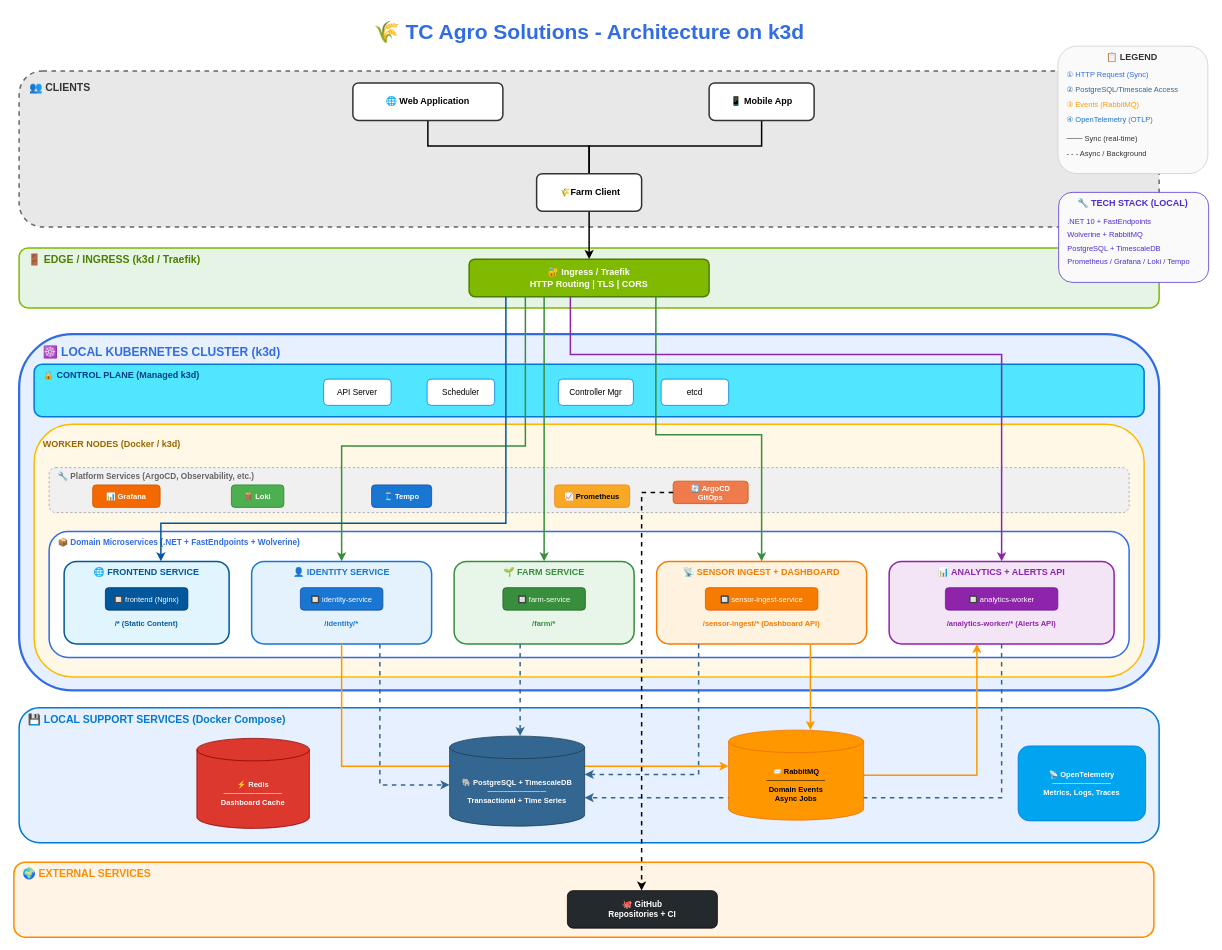
Above: docs/tc-agro-k3d-architecture.drawio in rdpresser/tc-agro-solutions (draw.io), before the change. Source tidied: cells renumbered, new cells numbered last; positions are measured from the earlier drawing's top-left corner, leaving out a move shared by most shapes. Both pictures are drawn from the tidied source at 75%, with x=0, y=0 at pixel (14, 13).
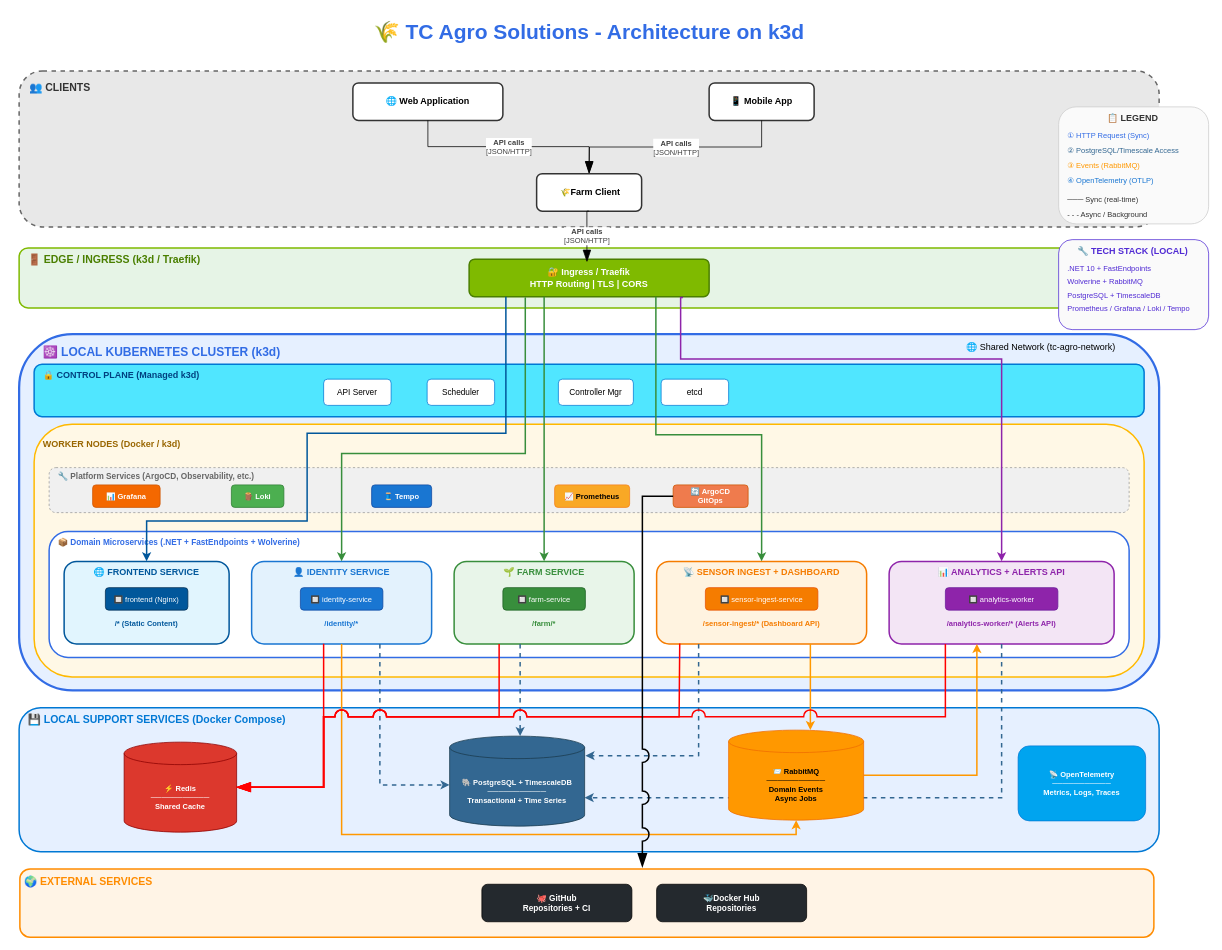
The same diagram, later.

Commit message (it also covers changes not shown here):
Remover dashboard-service e atualizar docs/arquitetura

O microserviço dashboard-service foi removido do projeto, reduzindo o total de microserviços de 5 para 4. README.md, scripts e estrutura de diretórios foram atualizados para refletir essa mudança. O diagrama de arquitetura foi revisado, removendo o dashboard-service, ajustando fluxos e detalhando o uso compartilhado do Redis. Métricas, ADRs e versão do projeto também foram atualizadas para registrar a depreciação do serviço.

Unchanged cells that the change refers to:
```xml
<mxCell id="6" value="🌐 Web Application" style="rounded=1;whiteSpace=wrap;html=1;fillColor=#FFFFFF;strokeColor=#333333;strokeWidth=2;fontSize=12;fontStyle=1;" parent="1" vertex="1">
  <mxGeometry x="452" y="93" width="200" height="50" as="geometry" />
</mxCell>
<mxCell id="9" value="🔐 Ingress / Traefik&#10;HTTP Routing | TLS | CORS" style="rounded=1;whiteSpace=wrap;html=1;fillColor=#7FBA00;strokeColor=#4A7F00;strokeWidth=2;fontSize=12;fontColor=#FFFFFF;fontStyle=1;" parent="1" vertex="1">
  <mxGeometry x="607" y="328" width="320" height="50" as="geometry" />
</mxCell>
<mxCell id="29" style="rounded=1;whiteSpace=wrap;html=1;fillColor=#E1F5FE;strokeColor=#01579B;strokeWidth=2;" parent="1" vertex="1">
  <mxGeometry x="67" y="731" width="220" height="110" as="geometry" />
</mxCell>
<mxCell id="33" style="rounded=1;whiteSpace=wrap;html=1;fillColor=#E3F2FD;strokeColor=#1976D2;strokeWidth=2;" parent="1" vertex="1">
  <mxGeometry x="317" y="731" width="240" height="110" as="geometry" />
</mxCell>
<mxCell id="37" style="rounded=1;whiteSpace=wrap;html=1;fillColor=#E8F5E9;strokeColor=#388E3C;strokeWidth=2;" parent="1" vertex="1">
  <mxGeometry x="587" y="731" width="240" height="110" as="geometry" />
</mxCell>
<mxCell id="41" style="rounded=1;whiteSpace=wrap;html=1;fillColor=#FFF3E0;strokeColor=#F57C00;strokeWidth=2;" parent="1" vertex="1">
  <mxGeometry x="857" y="731" width="280" height="110" as="geometry" />
</mxCell>
<mxCell id="45" style="rounded=1;whiteSpace=wrap;html=1;fillColor=#F3E5F5;strokeColor=#8E24AA;strokeWidth=2;" parent="1" vertex="1">
  <mxGeometry x="1167" y="731" width="300" height="110" as="geometry" />
</mxCell>
<mxCell id="83" value="📱 Mobile App" style="rounded=1;whiteSpace=wrap;html=1;fillColor=#FFFFFF;strokeColor=#333333;strokeWidth=2;fontSize=12;fontStyle=1;" parent="1" vertex="1">
  <mxGeometry x="927" y="93" width="140" height="50" as="geometry" />
</mxCell>
<mxCell id="85" value="&amp;nbsp;&lt;span style=&quot;color: rgb(50, 108, 229); font-size: 11px;&quot;&gt;🌾&lt;/span&gt;Farm Client" style="rounded=1;whiteSpace=wrap;html=1;fillColor=#FFFFFF;strokeColor=#333333;strokeWidth=2;fontSize=12;fontStyle=1;" parent="1" vertex="1">
  <mxGeometry x="697" y="214" width="140" height="50" as="geometry" />
</mxCell>
<mxCell id="87" value="📨 RabbitMQ&#10;───────────&#10;Domain Events&#10;Async Jobs" style="shape=cylinder3;whiteSpace=wrap;html=1;boundedLbl=1;backgroundOutline=1;size=15;fillColor=#FF9800;strokeColor=#EF6C00;fontColor=#000000;fontSize=10;fontStyle=1;" parent="1" vertex="1">
  <mxGeometry x="953" y="956" width="180" height="120" as="geometry" />
</mxCell>
<mxCell id="88" value="🐘 PostgreSQL + TimescaleDB&#10;───────────&#10;Transactional + Time Series" style="shape=cylinder3;whiteSpace=wrap;html=1;boundedLbl=1;backgroundOutline=1;size=15;fillColor=#336791;strokeColor=#1a3a4d;fontColor=#FFFFFF;fontSize=10;fontStyle=1;" parent="1" vertex="1">
  <mxGeometry x="581" y="964" width="180" height="120" as="geometry" />
</mxCell>
```

What changed in the source:
```diff
@@
-    <mxCell id="5" style="edgeStyle=orthogonalEdgeStyle;rounded=0;jettySize=auto;html=1;exitX=0.5;exitY=1;exitDx=0;exitDy=0;entryX=0.5;entryY=0;entryDx=0;entryDy=0;strokeWidth=2;endArrow=none;endFill=0;" parent="1" edge="1" source="6" target="85">
-      <mxGeometry relative="1" as="geometry">
-        <Array as="points">
-          <mxPoint x="552" y="177" />
-          <mxPoint x="767" y="177" />
-        </Array>
-      </mxGeometry>
-    </mxCell>
@@
     <mxCell id="22" value="🔄 ArgoCD&#10;GitOps" style="rounded=1;whiteSpace=wrap;html=1;fillColor=#EF7B4D;strokeColor=#CC5500;strokeWidth=1;fontSize=10;fontColor=#FFFFFF;fontStyle=1;" parent="1" vertex="1">
-      <mxGeometry x="879" y="624" width="100" height="30" as="geometry" />
+      <mxGeometry x="879" y="629" width="100" height="30" as="geometry" />
     </mxCell>
@@
     <mxCell id="49" style="rounded=1;whiteSpace=wrap;html=1;fillColor=#E6F0FF;strokeColor=#0078D4;strokeWidth=2;" parent="1" vertex="1">
-      <mxGeometry x="7" y="926" width="1520" height="180" as="geometry" />
+      <mxGeometry x="7" y="926" width="1520" height="192" as="geometry" />
     </mxCell>
@@
-    <mxCell id="51" value="⚡ Redis&#10;───────────&#10;Dashboard Cache" style="shape=cylinder3;whiteSpace=wrap;html=1;boundedLbl=1;backgroundOutline=1;size=15;fillColor=#DC382D;strokeColor=#8B0000;fontColor=#FFFFFF;fontSize=10;fontStyle=1;" parent="1" vertex="1">
-      <mxGeometry x="244" y="967" width="150" height="120" as="geometry" />
+    <mxCell id="51" value="⚡ Redis&lt;br&gt;───────────&lt;br&gt;Shared Cache" style="shape=cylinder3;whiteSpace=wrap;html=1;boundedLbl=1;backgroundOutline=1;size=15;fillColor=#DC382D;strokeColor=#8B0000;fontColor=#FFFFFF;fontSize=10;fontStyle=1;" parent="1" vertex="1">
+      <mxGeometry x="147" y="972" width="150" height="120" as="geometry" />
     </mxCell>
@@
     <mxCell id="53" style="rounded=1;whiteSpace=wrap;html=1;fillColor=#FFF4E6;strokeColor=#FF8C00;strokeWidth=2;" parent="1" vertex="1">
-      <mxGeometry y="1132" width="1520" height="100" as="geometry" />
+      <mxGeometry x="8" y="1141" width="1512" height="91" as="geometry" />
     </mxCell>
     <mxCell id="54" value="🌍 EXTERNAL SERVICES" style="text;html=1;strokeColor=none;fillColor=none;align=left;verticalAlign=middle;whiteSpace=wrap;rounded=0;fontSize=14;fontStyle=1;fontColor=#FF8C00;" parent="1" vertex="1">
-      <mxGeometry x="10" y="1137" width="220" height="20" as="geometry" />
+      <mxGeometry x="12" y="1148" width="220" height="20" as="geometry" />
     </mxCell>
     <mxCell id="55" value="🐙 GitHub&#10;Repositories + CI" style="rounded=1;whiteSpace=wrap;html=1;fillColor=#24292E;strokeColor=#000000;fontColor=#FFFFFF;fontSize=11;fontStyle=1;" parent="1" vertex="1">
-      <mxGeometry x="738" y="1170" width="200" height="50" as="geometry" />
+      <mxGeometry x="624" y="1161.5" width="200" height="50" as="geometry" />
     </mxCell>
-    <mxCell id="56" style="edgeStyle=orthogonalEdgeStyle;rounded=0;jettySize=auto;html=1;strokeColor=#388E3C;strokeWidth=2;endArrow=classic;endFill=1;" parent="1" edge="1" source="9" target="33">
+    <mxCell id="56" style="edgeStyle=orthogonalEdgeStyle;rounded=0;jettySize=auto;html=1;strokeColor=#388E3C;strokeWidth=2;endArrow=classic;endFill=1;exitX=0.234;exitY=1.02;exitDx=0;exitDy=0;exitPerimeter=0;" parent="1" edge="1" source="9">
       <mxGeometry relative="1" as="geometry">
+        <mxPoint x="437" y="731" as="targetPoint" />
         <Array as="points">
-          <mxPoint x="682" y="577" />
-          <mxPoint x="437" y="577" />
+          <mxPoint x="682" y="587" />
+          <mxPoint x="437" y="587" />
         </Array>
       </mxGeometry>
     </mxCell>
@@
-    <mxCell id="59" style="edgeStyle=orthogonalEdgeStyle;rounded=0;jettySize=auto;html=1;strokeColor=#8E24AA;strokeWidth=2;endArrow=classic;endFill=1;" parent="1" edge="1" source="9" target="45">
+    <mxCell id="59" style="edgeStyle=orthogonalEdgeStyle;rounded=0;jettySize=auto;html=1;strokeColor=#8E24AA;strokeWidth=2;endArrow=classic;endFill=1;exitX=0.891;exitY=1.02;exitDx=0;exitDy=0;exitPerimeter=0;" parent="1" edge="1" source="9" target="45">
       <mxGeometry relative="1" as="geometry">
         <Array as="points">
-          <mxPoint x="742" y="455" />
-          <mxPoint x="1317" y="455" />
+          <mxPoint x="889" y="379" />
+          <mxPoint x="889" y="461" />
+          <mxPoint x="1317" y="461" />
         </Array>
       </mxGeometry>
     </mxCell>
-    <mxCell id="60" style="edgeStyle=orthogonalEdgeStyle;rounded=0;jettySize=auto;html=1;strokeColor=#01579B;strokeWidth=2;endArrow=classic;endFill=1;" parent="1" edge="1" source="9" target="29">
+    <mxCell id="60" style="edgeStyle=orthogonalEdgeStyle;rounded=0;jettySize=auto;html=1;strokeColor=#01579B;strokeWidth=2;endArrow=classic;endFill=1;entryX=0.5;entryY=0;entryDx=0;entryDy=0;" parent="1" edge="1" source="9" target="29">
       <mxGeometry relative="1" as="geometry">
         <Array as="points">
-          <mxPoint x="656" y="680" />
-          <mxPoint x="196" y="680" />
+          <mxPoint x="656" y="560" />
+          <mxPoint x="391" y="560" />
+          <mxPoint x="391" y="677" />
+          <mxPoint x="177" y="677" />
         </Array>
       </mxGeometry>
     </mxCell>
@@
-    <mxCell id="63" style="edgeStyle=orthogonalEdgeStyle;rounded=0;jettySize=auto;html=1;strokeColor=#336791;strokeWidth=2;endArrow=classic;endFill=1;dashed=1;" parent="1" edge="1" source="41" target="88">
+    <mxCell id="63" style="edgeStyle=orthogonalEdgeStyle;rounded=0;jettySize=auto;html=1;strokeColor=#336791;strokeWidth=2;endArrow=classic;endFill=1;dashed=1;entryX=1.006;entryY=0.217;entryDx=0;entryDy=0;entryPerimeter=0;" parent="1" edge="1" source="41" target="88">
       <mxGeometry relative="1" as="geometry">
         <Array as="points">
-          <mxPoint x="913" y="1015" />
+          <mxPoint x="913" y="990" />
         </Array>
       </mxGeometry>
     </mxCell>
@@
-    <mxCell id="66" style="edgeStyle=orthogonalEdgeStyle;rounded=0;jettySize=auto;html=1;strokeColor=#FF9800;strokeWidth=2;endArrow=classic;endFill=1;" parent="1" edge="1" source="33" target="87">
+    <mxCell id="66" style="edgeStyle=orthogonalEdgeStyle;rounded=0;jettySize=auto;html=1;strokeColor=#FF9800;strokeWidth=2;endArrow=classic;endFill=1;entryX=0.5;entryY=1;entryDx=0;entryDy=0;entryPerimeter=0;" parent="1" edge="1" source="33" target="87">
       <mxGeometry relative="1" as="geometry">
         <Array as="points">
-          <mxPoint x="437" y="1004" />
+          <mxPoint x="437" y="1095" />
+          <mxPoint x="1043" y="1095" />
         </Array>
       </mxGeometry>
     </mxCell>
@@
     <mxCell id="68" style="rounded=1;whiteSpace=wrap;html=1;fillColor=#FAFAFA;strokeColor=#CCCCCC;strokeWidth=1;" parent="1" vertex="1">
-      <mxGeometry x="1392" y="44" width="200" height="170" as="geometry" />
+      <mxGeometry x="1393" y="125" width="200" height="156" as="geometry" />
     </mxCell>
     <mxCell id="69" value="📋 LEGEND" style="text;html=1;strokeColor=none;fillColor=none;align=center;verticalAlign=middle;whiteSpace=wrap;rounded=0;fontSize=12;fontStyle=1;fontColor=#333333;" parent="1" vertex="1">
-      <mxGeometry x="1398" y="49" width="186" height="20" as="geometry" />
+      <mxGeometry x="1399" y="130" width="186" height="20" as="geometry" />
     </mxCell>
     <mxCell id="70" value="① HTTP Request (Sync)" style="text;html=1;strokeColor=none;fillColor=none;align=left;verticalAlign=middle;whiteSpace=wrap;rounded=0;fontSize=10;fontColor=#326CE5;" parent="1" vertex="1">
-      <mxGeometry x="1402" y="74" width="180" height="15" as="geometry" />
+      <mxGeometry x="1403" y="155" width="180" height="15" as="geometry" />
     </mxCell>
     <mxCell id="71" value="② PostgreSQL/Timescale Access" style="text;html=1;strokeColor=none;fillColor=none;align=left;verticalAlign=middle;whiteSpace=wrap;rounded=0;fontSize=10;fontColor=#336791;" parent="1" vertex="1">
-      <mxGeometry x="1402" y="94" width="180" height="15" as="geometry" />
+      <mxGeometry x="1403" y="175" width="180" height="15" as="geometry" />
     </mxCell>
     <mxCell id="72" value="③ Events (RabbitMQ)" style="text;html=1;strokeColor=none;fillColor=none;align=left;verticalAlign=middle;whiteSpace=wrap;rounded=0;fontSize=10;fontColor=#FF9800;" parent="1" vertex="1">
-      <mxGeometry x="1402" y="114" width="180" height="15" as="geometry" />
+      <mxGeometry x="1403" y="195" width="180" height="15" as="geometry" />
     </mxCell>
     <mxCell id="73" value="④ OpenTelemetry (OTLP)" style="text;html=1;strokeColor=none;fillColor=none;align=left;verticalAlign=middle;whiteSpace=wrap;rounded=0;fontSize=10;fontColor=#1976D2;" parent="1" vertex="1">
-      <mxGeometry x="1402" y="134" width="180" height="15" as="geometry" />
+      <mxGeometry x="1403" y="215" width="180" height="15" as="geometry" />
     </mxCell>
     <mxCell id="74" value="─── Sync (real-time)" style="text;html=1;strokeColor=none;fillColor=none;align=left;verticalAlign=middle;whiteSpace=wrap;rounded=0;fontSize=10;fontColor=#333333;" parent="1" vertex="1">
-      <mxGeometry x="1402" y="159" width="180" height="15" as="geometry" />
+      <mxGeometry x="1403" y="240" width="180" height="15" as="geometry" />
     </mxCell>
     <mxCell id="75" value="- - - Async / Background" style="text;html=1;strokeColor=none;fillColor=none;align=left;verticalAlign=middle;whiteSpace=wrap;rounded=0;fontSize=10;fontColor=#333333;" parent="1" vertex="1">
-      <mxGeometry x="1402" y="179" width="180" height="15" as="geometry" />
+      <mxGeometry x="1403" y="260" width="180" height="15" as="geometry" />
     </mxCell>
     <mxCell id="76" style="rounded=1;whiteSpace=wrap;html=1;fillColor=#FAFAFA;strokeColor=#512BD4;strokeWidth=1;" parent="1" vertex="1">
-      <mxGeometry x="1393" y="239" width="200" height="120" as="geometry" />
+      <mxGeometry x="1393" y="302" width="200" height="120" as="geometry" />
     </mxCell>
     <mxCell id="77" value="🔧 TECH STACK (LOCAL)" style="text;html=1;strokeColor=none;fillColor=none;align=center;verticalAlign=middle;whiteSpace=wrap;rounded=0;fontSize=12;fontStyle=1;fontColor=#512BD4;" parent="1" vertex="1">
-      <mxGeometry x="1399" y="244" width="186" height="20" as="geometry" />
+      <mxGeometry x="1399" y="307" width="186" height="20" as="geometry" />
     </mxCell>
     <mxCell id="78" value=".NET 10 + FastEndpoints" style="text;html=1;strokeColor=none;fillColor=none;align=left;verticalAlign=middle;whiteSpace=wrap;rounded=0;fontSize=10;fontColor=#512BD4;" parent="1" vertex="1">
-      <mxGeometry x="1403" y="269" width="180" height="15" as="geometry" />
+      <mxGeometry x="1403" y="332" width="180" height="15" as="geometry" />
     </mxCell>
     <mxCell id="79" value="Wolverine + RabbitMQ" style="text;html=1;strokeColor=none;fillColor=none;align=left;verticalAlign=middle;whiteSpace=wrap;rounded=0;fontSize=10;fontColor=#512BD4;" parent="1" vertex="1">
-      <mxGeometry x="1403" y="287" width="180" height="15" as="geometry" />
+      <mxGeometry x="1403" y="350" width="180" height="15" as="geometry" />
     </mxCell>
     <mxCell id="80" value="PostgreSQL + TimescaleDB" style="text;html=1;strokeColor=none;fillColor=none;align=left;verticalAlign=middle;whiteSpace=wrap;rounded=0;fontSize=10;fontColor=#512BD4;" parent="1" vertex="1">
-      <mxGeometry x="1403" y="305" width="180" height="15" as="geometry" />
+      <mxGeometry x="1403" y="368" width="180" height="15" as="geometry" />
     </mxCell>
     <mxCell id="81" value="Prometheus / Grafana / Loki / Tempo" style="text;html=1;strokeColor=none;fillColor=none;align=left;verticalAlign=middle;whiteSpace=wrap;rounded=0;fontSize=10;fontColor=#512BD4;" parent="1" vertex="1">
-      <mxGeometry x="1403" y="323" width="180" height="15" as="geometry" />
+      <mxGeometry x="1403" y="386" width="180" height="15" as="geometry" />
     </mxCell>
-    <mxCell id="82" style="edgeStyle=orthogonalEdgeStyle;rounded=0;orthogonalLoop=1;jettySize=auto;html=1;entryX=0.5;entryY=0;entryDx=0;entryDy=0;strokeWidth=2;endArrow=none;endFill=0;" parent="1" edge="1">
-      <mxGeometry relative="1" as="geometry">
-        <mxPoint x="997" y="142" as="sourcePoint" />
-        <mxPoint x="767" y="213" as="targetPoint" />
-        <Array as="points">
-          <mxPoint x="997" y="177" />
-          <mxPoint x="767" y="177" />
-        </Array>
-      </mxGeometry>
-    </mxCell>
@@
-    <mxCell id="84" style="edgeStyle=orthogonalEdgeStyle;rounded=0;jettySize=auto;html=1;strokeWidth=2;" parent="1" edge="1" source="85" target="9">
-      <mxGeometry relative="1" as="geometry" />
-    </mxCell>
@@
-    <mxCell id="86" style="edgeStyle=orthogonalEdgeStyle;rounded=0;jettySize=auto;html=1;strokeWidth=2;dashed=1;" parent="1" edge="1" source="22" target="55">
-      <mxGeometry relative="1" as="geometry">
-        <Array as="points">
-          <mxPoint x="837" y="639" />
-        </Array>
-      </mxGeometry>
-    </mxCell>
@@
+    <object id="5" label="&lt;div style=&quot;text-align: left&quot;&gt;&lt;div style=&quot;text-align: center&quot;&gt;&lt;b&gt;%c4Description%&lt;/b&gt;&lt;/div&gt;&lt;div style=&quot;text-align: center&quot;&gt;[%c4Technology%]&lt;/div&gt;&lt;/div&gt;" c4Description="API calls" c4Technology="JSON/HTTP" placeholders="1">
+      <mxCell style="endArrow=blockThin;html=1;fontSize=10;fontColor=#404040;strokeWidth=1;endFill=1;strokeColor=#000000;elbow=vertical;endSize=14;startSize=14;jumpStyle=arc;jumpSize=16;rounded=0;edgeStyle=orthogonalEdgeStyle;exitX=0.5;exitY=1;exitDx=0;exitDy=0;entryX=0.5;entryY=0;entryDx=0;entryDy=0;" parent="1" edge="1" source="6" target="85">
+        <mxGeometry relative="1" as="geometry">
+          <Array as="points">
+            <mxPoint x="552" y="178" />
+            <mxPoint x="767" y="178" />
+          </Array>
+        </mxGeometry>
+      </mxCell>
+    </object>
+    <object id="89" label="&lt;div style=&quot;text-align: left&quot;&gt;&lt;div style=&quot;text-align: center&quot;&gt;&lt;b&gt;%c4Description%&lt;/b&gt;&lt;/div&gt;&lt;div style=&quot;text-align: center&quot;&gt;[%c4Technology%]&lt;/div&gt;&lt;/div&gt;" c4Description="API calls" c4Technology="JSON/HTTP" placeholders="1">
+      <mxCell style="endArrow=blockThin;html=1;fontSize=10;fontColor=#404040;strokeWidth=1;endFill=1;strokeColor=#000000;elbow=vertical;endSize=14;startSize=14;jumpStyle=arc;jumpSize=16;rounded=0;edgeStyle=orthogonalEdgeStyle;exitX=0.5;exitY=1;exitDx=0;exitDy=0;" parent="1" edge="1" source="83">
+        <mxGeometry relative="1" as="geometry">
+          <mxPoint x="767" y="214" as="targetPoint" />
+        </mxGeometry>
+      </mxCell>
+    </object>
+    <object id="84" label="&lt;div style=&quot;text-align: left&quot;&gt;&lt;div style=&quot;text-align: center&quot;&gt;&lt;b&gt;%c4Description%&lt;/b&gt;&lt;/div&gt;&lt;div style=&quot;text-align: center&quot;&gt;[%c4Technology%]&lt;/div&gt;&lt;/div&gt;" c4Description="API calls" c4Technology="JSON/HTTP" placeholders="1">
+      <mxCell style="endArrow=blockThin;html=1;fontSize=10;fontColor=#404040;strokeWidth=1;endFill=1;strokeColor=#000000;elbow=vertical;endSize=14;startSize=14;jumpStyle=arc;jumpSize=16;rounded=0;edgeStyle=orthogonalEdgeStyle;entryX=0.491;entryY=0.08;entryDx=0;entryDy=0;entryPerimeter=0;exitX=0.5;exitY=1;exitDx=0;exitDy=0;" parent="1" edge="1" source="85" target="9">
+        <mxGeometry relative="1" as="geometry">
+          <Array as="points">
+            <mxPoint x="764" y="264" />
+            <mxPoint x="764" y="296" />
+          </Array>
+        </mxGeometry>
+      </mxCell>
+    </object>
+    <mxCell id="90" style="endArrow=blockThin;html=1;fontSize=10;fontColor=#404040;strokeWidth=2;endFill=1;strokeColor=#FF0000;elbow=vertical;endSize=14;startSize=14;jumpStyle=arc;jumpSize=16;rounded=0;edgeStyle=orthogonalEdgeStyle;entryX=1;entryY=0.5;entryDx=0;entryDy=0;entryPerimeter=0;exitX=0.4;exitY=0.997;exitDx=0;exitDy=0;exitPerimeter=0;" parent="1" edge="1" source="33" target="51">
+      <mxGeometry relative="1" as="geometry" />
+    </mxCell>
+    <mxCell id="91" style="endArrow=blockThin;html=1;fontSize=10;fontColor=#404040;strokeWidth=2;endFill=1;strokeColor=#FF0000;elbow=vertical;endSize=14;startSize=14;jumpStyle=arc;jumpSize=16;rounded=0;edgeStyle=orthogonalEdgeStyle;exitX=0.25;exitY=1;exitDx=0;exitDy=0;" parent="1" edge="1" source="37" target="51">
+      <mxGeometry relative="1" as="geometry">
+        <Array as="points">
+          <mxPoint x="647" y="938" />
+          <mxPoint x="413" y="938" />
+          <mxPoint x="413" y="1032" />
+        </Array>
+      </mxGeometry>
+    </mxCell>
+    <mxCell id="92" style="endArrow=blockThin;html=1;fontSize=10;fontColor=#404040;strokeWidth=2;endFill=1;strokeColor=#FF0000;elbow=vertical;endSize=14;startSize=14;jumpStyle=arc;jumpSize=16;rounded=0;edgeStyle=orthogonalEdgeStyle;exitX=0.11;exitY=0.996;exitDx=0;exitDy=0;exitPerimeter=0;entryX=1;entryY=0.5;entryDx=0;entryDy=0;entryPerimeter=0;" parent="1" edge="1" source="41" target="51">
+      <mxGeometry relative="1" as="geometry">
+        <Array as="points">
+          <mxPoint x="888" y="843" />
+          <mxPoint x="887" y="938" />
+          <mxPoint x="413" y="938" />
+          <mxPoint x="413" y="1032" />
+        </Array>
+      </mxGeometry>
+    </mxCell>
+    <mxCell id="93" style="endArrow=blockThin;html=1;fontSize=10;fontColor=#404040;strokeWidth=2;endFill=1;strokeColor=#FF0000;elbow=vertical;endSize=14;startSize=14;jumpStyle=arc;jumpSize=16;rounded=0;edgeStyle=orthogonalEdgeStyle;exitX=0.25;exitY=1;exitDx=0;exitDy=0;entryX=1;entryY=0.5;entryDx=0;entryDy=0;entryPerimeter=0;" parent="1" edge="1" source="45" target="51">
+      <mxGeometry relative="1" as="geometry">
+        <Array as="points">
+          <mxPoint x="1242" y="938" />
+          <mxPoint x="413" y="938" />
+          <mxPoint x="413" y="1032" />
+        </Array>
+      </mxGeometry>
+    </mxCell>
+    <mxCell id="94" value="🐳Docker Hub&lt;br&gt;Repositories" style="rounded=1;whiteSpace=wrap;html=1;fillColor=#24292E;strokeColor=#000000;fontColor=#FFFFFF;fontSize=11;fontStyle=1;" parent="1" vertex="1">
+      <mxGeometry x="857" y="1161.5" width="200" height="50" as="geometry" />
+    </mxCell>
+    <mxCell id="95" value="🌐 Shared Network (tc-agro-network)" style="text;html=1;whiteSpace=wrap;strokeColor=none;fillColor=none;align=center;verticalAlign=middle;rounded=0;" parent="1" vertex="1">
+      <mxGeometry x="1258" y="431" width="223" height="30" as="geometry" />
+    </mxCell>
+    <mxCell id="96" style="endArrow=blockThin;html=1;fontSize=10;fontColor=#404040;strokeWidth=2;endFill=1;strokeColor=#000000;elbow=vertical;endSize=14;startSize=14;jumpStyle=arc;jumpSize=16;rounded=0;edgeStyle=orthogonalEdgeStyle;exitX=0;exitY=0.5;exitDx=0;exitDy=0;" parent="1" edge="1" source="22">
+      <mxGeometry relative="1" as="geometry">
+        <mxPoint x="838" y="1139" as="targetPoint" />
+        <Array as="points">
+          <mxPoint x="838" y="644" />
+        </Array>
+      </mxGeometry>
+    </mxCell>
```
